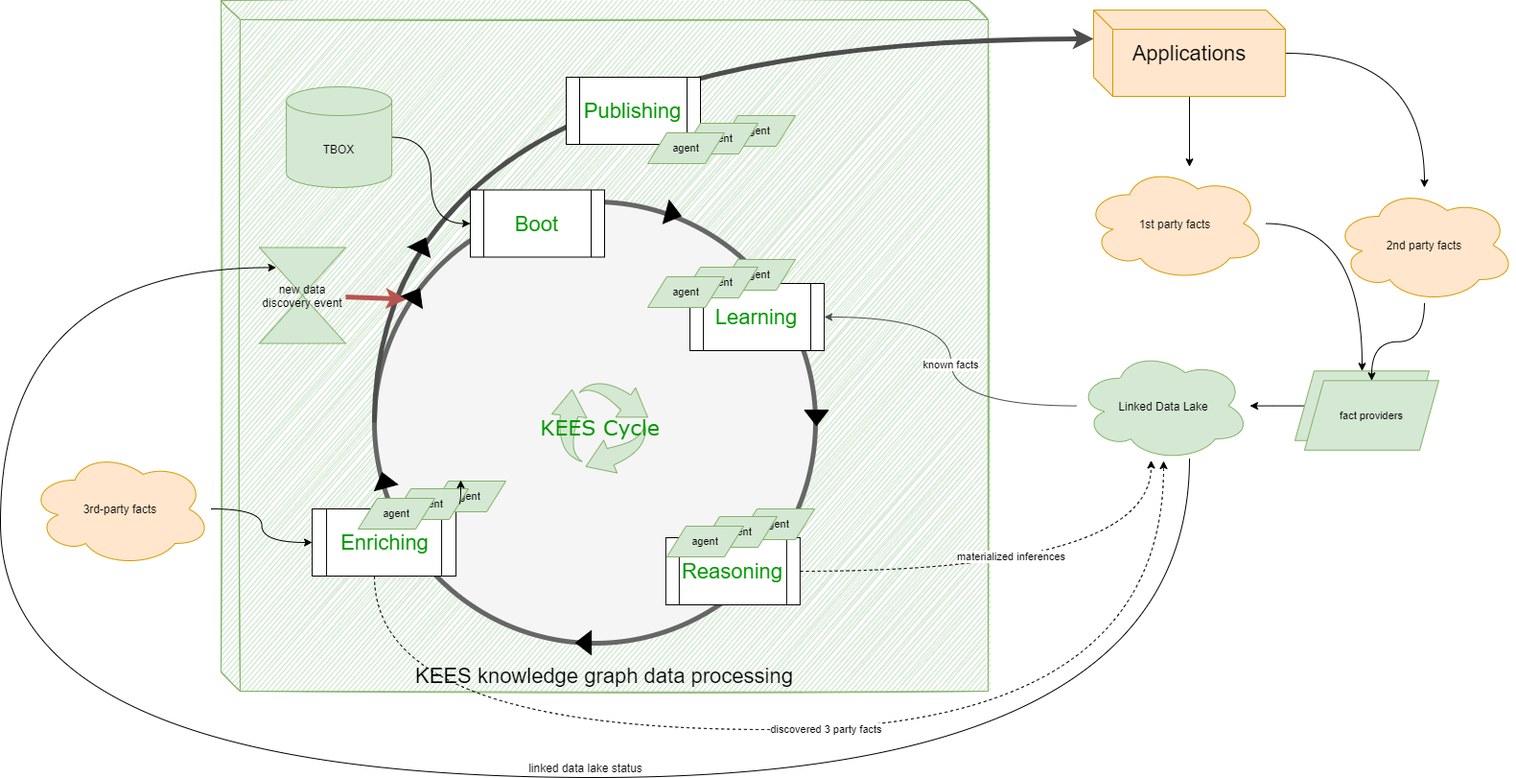
The draw.io diagram v1/images/cycle.png in linkeddatacenter/kees, before a commit. Source tidied: cells renumbered, new cells last; positions are measured from the earlier drawing's top-left corner, leaving out a move shared by most shapes.
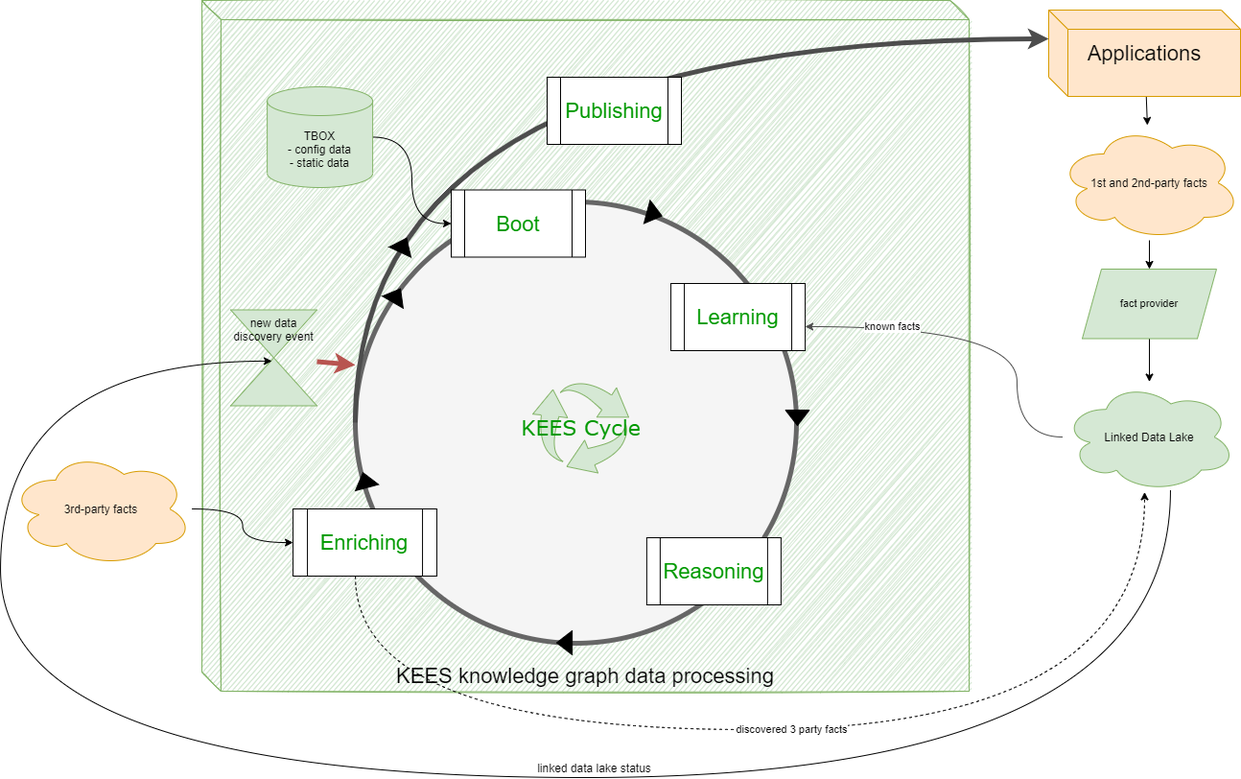
The same file after the commit.

The edit, as a diff of the source:
```diff
@@ -2,19 +2,11 @@
   <root>
     <mxCell id="0" />
     <mxCell id="1" parent="0" />
-    <mxCell id="2" style="edgeStyle=orthogonalEdgeStyle;curved=1;rounded=0;jettySize=auto;html=1;fontSize=11;" parent="1" edge="1" source="4" target="34">
-      <mxGeometry relative="1" as="geometry">
-        <Array as="points">
-          <mxPoint x="1213" y="210" />
-          <mxPoint x="1213" y="210" />
-        </Array>
-      </mxGeometry>
+    <mxCell id="2" style="rounded=0;jettySize=auto;html=1;fontSize=11;" parent="1" edge="1" source="4" target="34">
+      <mxGeometry relative="1" as="geometry" />
     </mxCell>
-    <mxCell id="3" style="edgeStyle=orthogonalEdgeStyle;curved=1;rounded=0;jettySize=auto;html=1;fontSize=12;" parent="1" edge="1" source="4" target="50">
-      <mxGeometry relative="1" as="geometry" />
-    </mxCell>
     <mxCell id="4" value="&lt;span&gt;Applications&lt;/span&gt;" style="shape=cube;whiteSpace=wrap;html=1;fontSize=22;fillColor=#ffe6cc;verticalAlign=middle;strokeColor=#d79b00;align=center;" parent="1" vertex="1">
-      <mxGeometry x="1140" y="10" width="200" height="90" as="geometry" />
+      <mxGeometry x="1113" y="10" width="200" height="90" as="geometry" />
     </mxCell>
     <mxCell id="5" value="KEES knowledge graph data processing" style="shape=cube;whiteSpace=wrap;html=1;fontSize=22;fillColor=#d5e8d4;verticalAlign=bottom;sketch=1;strokeColor=#82b366;" parent="1" vertex="1">
       <mxGeometry x="230" width="800" height="720" as="geometry" />
@@ -30,19 +22,15 @@
       </mxGeometry>
     </mxCell>
     <mxCell id="8" value="known facts&lt;br style=&quot;font-size: 11px;&quot;&gt;" style="rounded=0;jettySize=auto;html=1;strokeColor=#4D4D4D;strokeWidth=1;fontSize=11;edgeStyle=orthogonalEdgeStyle;curved=1;" parent="1" edge="1" source="10" target="19">
-      <mxGeometry x="-0.02" relative="1" as="geometry" />
+      <mxGeometry x="0.53" relative="1" as="geometry">
+        <Array as="points">
+          <mxPoint x="1080" y="455" />
+          <mxPoint x="1080" y="340" />
+        </Array>
+      </mxGeometry>
     </mxCell>
-    <mxCell id="9" value="linked data lake status" style="edgeStyle=orthogonalEdgeStyle;curved=1;rounded=0;jettySize=auto;html=1;entryX=0.195;entryY=0.209;entryDx=0;entryDy=0;entryPerimeter=0;fontSize=12;" parent="1" edge="1" source="10" target="16">
-      <mxGeometry x="-0.2" y="-10" relative="1" as="geometry">
-        <Array as="points">
-          <mxPoint x="1240" y="810" />
-          <mxPoint y="810" />
-          <mxPoint y="278" />
-        </Array>
-      </mxGeometry>
-    </mxCell>
     <mxCell id="10" value="Linked Data Lake" style="ellipse;shape=cloud;whiteSpace=wrap;html=1;boundedLbl=1;backgroundOutline=1;size=15;strokeWidth=0;fillColor=#d5e8d4;verticalAlign=middle;strokeColor=#82b366;" parent="1" vertex="1">
-      <mxGeometry x="1123" y="365" width="180" height="115" as="geometry" />
+      <mxGeometry x="1128" y="397.5" width="180" height="115" as="geometry" />
     </mxCell>
     <mxCell id="11" style="edgeStyle=orthogonalEdgeStyle;curved=1;rounded=0;jettySize=auto;html=1;fontSize=11;" parent="1" edge="1" source="12" target="21">
       <mxGeometry relative="1" as="geometry" />
@@ -53,14 +41,16 @@
     <mxCell id="13" style="edgeStyle=orthogonalEdgeStyle;curved=1;rounded=0;jettySize=auto;html=1;entryX=0;entryY=0.5;entryDx=0;entryDy=0;fontSize=11;" parent="1" edge="1" source="14" target="18">
       <mxGeometry relative="1" as="geometry" />
     </mxCell>
-    <mxCell id="14" value="TBOX" style="shape=cylinder3;whiteSpace=wrap;html=1;boundedLbl=1;backgroundOutline=1;size=15;strokeWidth=0;fillColor=#d5e8d4;verticalAlign=middle;strokeColor=#82b366;" parent="1" vertex="1">
+    <mxCell id="14" value="TBOX&lt;br&gt;- config data&lt;br&gt;- static data" style="shape=cylinder3;whiteSpace=wrap;html=1;boundedLbl=1;backgroundOutline=1;size=15;strokeWidth=0;fillColor=#d5e8d4;verticalAlign=middle;strokeColor=#82b366;" parent="1" vertex="1">
       <mxGeometry x="298.1" y="90" width="110" height="105" as="geometry" />
     </mxCell>
-    <mxCell id="15" style="rounded=0;jettySize=auto;html=1;fontSize=22;strokeWidth=5;fillColor=#f8cecc;strokeColor=#b85450;entryX=0;entryY=0.25;entryDx=0;entryDy=0;" parent="1" edge="1" source="16" target="27">
-      <mxGeometry relative="1" as="geometry" />
+    <mxCell id="15" style="rounded=0;jettySize=auto;html=1;fontSize=22;strokeWidth=5;fillColor=#f8cecc;strokeColor=#b85450;" parent="1" edge="1" source="16">
+      <mxGeometry relative="1" as="geometry">
+        <mxPoint x="390" y="380" as="targetPoint" />
+      </mxGeometry>
     </mxCell>
-    <mxCell id="16" value="new data discovery event" style="shape=collate;whiteSpace=wrap;html=1;fontSize=12;fillColor=#d5e8d4;verticalAlign=middle;strokeColor=#82b366;" parent="1" vertex="1">
-      <mxGeometry x="270" y="257.5" width="90" height="100" as="geometry" />
+    <mxCell id="16" value="new data discovery event" style="shape=collate;whiteSpace=wrap;html=1;fontSize=12;fillColor=#d5e8d4;verticalAlign=top;strokeColor=#82b366;" parent="1" vertex="1">
+      <mxGeometry x="260" y="322.5" width="90" height="100" as="geometry" />
     </mxCell>
     <mxCell id="17" value="&lt;span style=&quot;font-family: verdana; font-size: 22px;&quot;&gt;KEES Cycle&lt;/span&gt;" style="sketch=0;html=1;strokeColor=#82b366;shadow=0;align=center;verticalAlign=middle;fillColor=#d5e8d4;shape=mxgraph.gcp2.arrow_cycle;fontColor=#009900;" parent="1" vertex="1">
       <mxGeometry x="575" y="397.5" width="100" height="95" as="geometry" />
@@ -103,89 +93,29 @@
     <mxCell id="28" value="Publishing" style="shape=process;whiteSpace=wrap;html=1;backgroundOutline=1;labelBackgroundColor=default;fontColor=#009900;gradientColor=none;fontSize=22;" parent="1" vertex="1">
       <mxGeometry x="590" y="80" width="140" height="70" as="geometry" />
     </mxCell>
-    <mxCell id="29" value="materialized inferences" style="edgeStyle=orthogonalEdgeStyle;rounded=0;jettySize=auto;html=1;curved=1;dashed=1;" parent="1" edge="1" source="30" target="10">
-      <mxGeometry x="-0.08" y="15" relative="1" as="geometry">
-        <Array as="points">
-          <mxPoint x="1200" y="595" />
-        </Array>
-      </mxGeometry>
-    </mxCell>
     <mxCell id="30" value="Reasoning" style="shape=process;whiteSpace=wrap;html=1;backgroundOutline=1;labelBackgroundColor=default;fontColor=#009900;gradientColor=none;fontSize=22;" parent="1" vertex="1">
       <mxGeometry x="693.9" y="560" width="140" height="70" as="geometry" />
     </mxCell>
-    <mxCell id="31" style="edgeStyle=orthogonalEdgeStyle;curved=1;rounded=0;jettySize=auto;html=1;fontSize=11;" parent="1" edge="1" source="32" target="10">
+    <mxCell id="31" style="rounded=0;jettySize=auto;html=1;fontSize=11;" parent="1" edge="1" source="32" target="10">
       <mxGeometry relative="1" as="geometry" />
     </mxCell>
-    <mxCell id="32" value="fact providers" style="shape=parallelogram;perimeter=parallelogramPerimeter;whiteSpace=wrap;html=1;fixedSize=1;fontSize=11;align=center;verticalAlign=middle;fillColor=#d5e8d4;strokeColor=#82b366;" parent="1" vertex="1">
-      <mxGeometry x="1350" y="386.2" width="140" height="72.5" as="geometry" />
+    <mxCell id="32" value="fact provider" style="shape=parallelogram;perimeter=parallelogramPerimeter;whiteSpace=wrap;html=1;fixedSize=1;fontSize=11;align=center;verticalAlign=middle;fillColor=#d5e8d4;strokeColor=#82b366;" parent="1" vertex="1">
+      <mxGeometry x="1148" y="280" width="140" height="72.5" as="geometry" />
     </mxCell>
-    <mxCell id="33" style="edgeStyle=orthogonalEdgeStyle;curved=1;rounded=0;jettySize=auto;html=1;fontSize=11;" parent="1" edge="1" source="34" target="32">
+    <mxCell id="33" style="rounded=0;jettySize=auto;html=1;fontSize=11;" parent="1" edge="1" source="34" target="32">
       <mxGeometry relative="1" as="geometry" />
     </mxCell>
-    <mxCell id="34" value="1st party facts" style="ellipse;shape=cloud;whiteSpace=wrap;html=1;boundedLbl=1;backgroundOutline=1;size=15;strokeWidth=0;fillColor=#ffe6cc;verticalAlign=middle;strokeColor=#d79b00;" parent="1" vertex="1">
-      <mxGeometry x="1130" y="172.5" width="190" height="120" as="geometry" />
+    <mxCell id="34" value="1st and 2nd-party facts" style="ellipse;shape=cloud;whiteSpace=wrap;html=1;boundedLbl=1;backgroundOutline=1;size=15;strokeWidth=0;fillColor=#ffe6cc;verticalAlign=middle;strokeColor=#d79b00;" parent="1" vertex="1">
+      <mxGeometry x="1123" y="130" width="190" height="120" as="geometry" />
     </mxCell>
-    <mxCell id="35" style="group;" parent="1" vertex="1">
-      <mxGeometry x="675" y="270" width="154.1" height="50" as="geometry" />
-    </mxCell>
-    <mxCell id="36" value="agent" style="shape=parallelogram;perimeter=parallelogramPerimeter;whiteSpace=wrap;html=1;fixedSize=1;fontSize=11;align=center;verticalAlign=middle;fillColor=#d5e8d4;strokeColor=#82b366;" parent="35" vertex="1">
-      <mxGeometry x="74.1" width="80" height="32" as="geometry" />
-    </mxCell>
-    <mxCell id="37" value="agent" style="shape=parallelogram;perimeter=parallelogramPerimeter;whiteSpace=wrap;html=1;fixedSize=1;fontSize=11;align=center;verticalAlign=middle;fillColor=#d5e8d4;strokeColor=#82b366;" parent="35" vertex="1">
-      <mxGeometry x="35" y="8" width="80" height="32" as="geometry" />
-    </mxCell>
-    <mxCell id="38" value="agent" style="shape=parallelogram;perimeter=parallelogramPerimeter;whiteSpace=wrap;html=1;fixedSize=1;fontSize=11;align=center;verticalAlign=middle;fillColor=#d5e8d4;strokeColor=#82b366;" parent="35" vertex="1">
-      <mxGeometry y="18" width="80" height="32" as="geometry" />
-    </mxCell>
-    <mxCell id="39" style="group;" parent="1" vertex="1">
-      <mxGeometry x="373" y="501" width="154.1" height="50" as="geometry" />
-    </mxCell>
-    <mxCell id="40" value="agent" style="shape=parallelogram;perimeter=parallelogramPerimeter;whiteSpace=wrap;html=1;fixedSize=1;fontSize=11;align=center;verticalAlign=middle;fillColor=#d5e8d4;strokeColor=#82b366;" parent="39" vertex="1">
-      <mxGeometry x="74.1" width="80" height="32" as="geometry" />
-    </mxCell>
-    <mxCell id="41" value="agent" style="shape=parallelogram;perimeter=parallelogramPerimeter;whiteSpace=wrap;html=1;fixedSize=1;fontSize=11;align=center;verticalAlign=middle;fillColor=#d5e8d4;strokeColor=#82b366;" parent="39" vertex="1">
-      <mxGeometry x="35" y="8" width="80" height="32" as="geometry" />
-    </mxCell>
-    <mxCell id="42" value="agent" style="shape=parallelogram;perimeter=parallelogramPerimeter;whiteSpace=wrap;html=1;fixedSize=1;fontSize=11;align=center;verticalAlign=middle;fillColor=#d5e8d4;strokeColor=#82b366;" parent="39" vertex="1">
-      <mxGeometry y="18" width="80" height="32" as="geometry" />
-    </mxCell>
-    <mxCell id="43" style="group;" parent="1" vertex="1">
-      <mxGeometry x="695" y="530" width="154.1" height="50" as="geometry" />
-    </mxCell>
-    <mxCell id="44" value="agent" style="shape=parallelogram;perimeter=parallelogramPerimeter;whiteSpace=wrap;html=1;fixedSize=1;fontSize=11;align=center;verticalAlign=middle;fillColor=#d5e8d4;strokeColor=#82b366;" parent="43" vertex="1">
-      <mxGeometry x="74.1" width="80" height="32" as="geometry" />
-    </mxCell>
-    <mxCell id="45" value="agent" style="shape=parallelogram;perimeter=parallelogramPerimeter;whiteSpace=wrap;html=1;fixedSize=1;fontSize=11;align=center;verticalAlign=middle;fillColor=#d5e8d4;strokeColor=#82b366;" parent="43" vertex="1">
-      <mxGeometry x="35" y="8" width="80" height="32" as="geometry" />
-    </mxCell>
-    <mxCell id="46" value="agent" style="shape=parallelogram;perimeter=parallelogramPerimeter;whiteSpace=wrap;html=1;fixedSize=1;fontSize=11;align=center;verticalAlign=middle;fillColor=#d5e8d4;strokeColor=#82b366;" parent="43" vertex="1">
-      <mxGeometry y="18" width="80" height="32" as="geometry" />
-    </mxCell>
-    <mxCell id="47" style="edgeStyle=orthogonalEdgeStyle;curved=1;rounded=0;jettySize=auto;html=1;exitX=1;exitY=0.5;exitDx=0;exitDy=0;fontSize=11;" parent="1" edge="1" source="41">
-      <mxGeometry relative="1" as="geometry">
-        <mxPoint x="480" y="500" as="targetPoint" />
-      </mxGeometry>
-    </mxCell>
-    <mxCell id="48" value="fact providers" style="shape=parallelogram;perimeter=parallelogramPerimeter;whiteSpace=wrap;html=1;fixedSize=1;fontSize=11;align=center;verticalAlign=middle;fillColor=#d5e8d4;strokeColor=#82b366;" parent="1" vertex="1">
-      <mxGeometry x="1360" y="396.2" width="140" height="72.5" as="geometry" />
-    </mxCell>
-    <mxCell id="49" style="edgeStyle=orthogonalEdgeStyle;curved=1;rounded=0;jettySize=auto;html=1;fontSize=12;" parent="1" edge="1" source="50" target="48">
-      <mxGeometry relative="1" as="geometry" />
-    </mxCell>
-    <mxCell id="50" value="2nd party facts" style="ellipse;shape=cloud;whiteSpace=wrap;html=1;boundedLbl=1;backgroundOutline=1;size=15;strokeWidth=0;fillColor=#ffe6cc;verticalAlign=middle;strokeColor=#d79b00;" parent="1" vertex="1">
-      <mxGeometry x="1390" y="195" width="190" height="120" as="geometry" />
-    </mxCell>
-    <mxCell id="51" style="group;" parent="1" vertex="1">
-      <mxGeometry x="675" y="120" width="154.1" height="50" as="geometry" />
-    </mxCell>
-    <mxCell id="52" value="agent" style="shape=parallelogram;perimeter=parallelogramPerimeter;whiteSpace=wrap;html=1;fixedSize=1;fontSize=11;align=center;verticalAlign=middle;fillColor=#d5e8d4;strokeColor=#82b366;" parent="51" vertex="1">
-      <mxGeometry x="74.1" width="80" height="32" as="geometry" />
-    </mxCell>
-    <mxCell id="53" value="agent" style="shape=parallelogram;perimeter=parallelogramPerimeter;whiteSpace=wrap;html=1;fixedSize=1;fontSize=11;align=center;verticalAlign=middle;fillColor=#d5e8d4;strokeColor=#82b366;" parent="51" vertex="1">
-      <mxGeometry x="35" y="8" width="80" height="32" as="geometry" />
-    </mxCell>
-    <mxCell id="54" value="agent" style="shape=parallelogram;perimeter=parallelogramPerimeter;whiteSpace=wrap;html=1;fixedSize=1;fontSize=11;align=center;verticalAlign=middle;fillColor=#d5e8d4;strokeColor=#82b366;" parent="51" vertex="1">
-      <mxGeometry y="18" width="80" height="32" as="geometry" />
-    </mxCell>
+    <mxCell id="9" value="linked data lake status" style="edgeStyle=orthogonalEdgeStyle;curved=1;rounded=0;jettySize=auto;html=1;entryX=0.478;entryY=0.534;entryDx=0;entryDy=0;entryPerimeter=0;fontSize=12;" parent="1" edge="1" source="10" target="16">
+      <mxGeometry x="-0.2" y="-10" relative="1" as="geometry">
+        <Array as="points">
+          <mxPoint x="1240" y="810" />
+          <mxPoint x="20" y="810" />
+          <mxPoint x="20" y="376" />
+        </Array>
+      </mxGeometry>
+    </mxCell>
   </root>
 </mxGraphModel>
```
